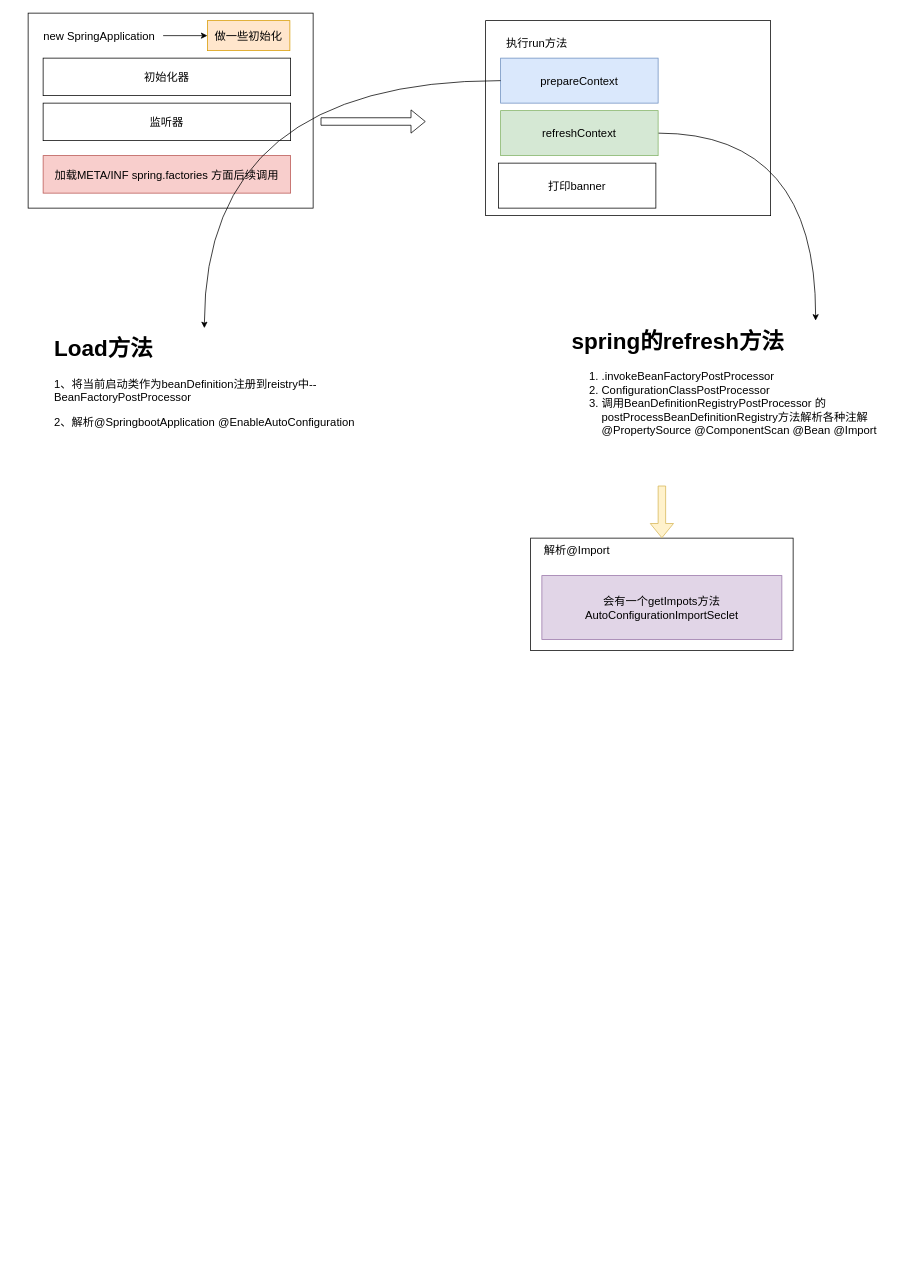
The draw.io diagram springboot.drawio in w1041660542/draw.io, before the edit. Source tidied: cells renumbered, new cells numbered last; positions are measured from the earlier drawing's top-left corner, leaving out a move shared by most shapes. Both pictures are drawn from the tidied source at 75%, with x=0, y=0 at pixel (28, 13).
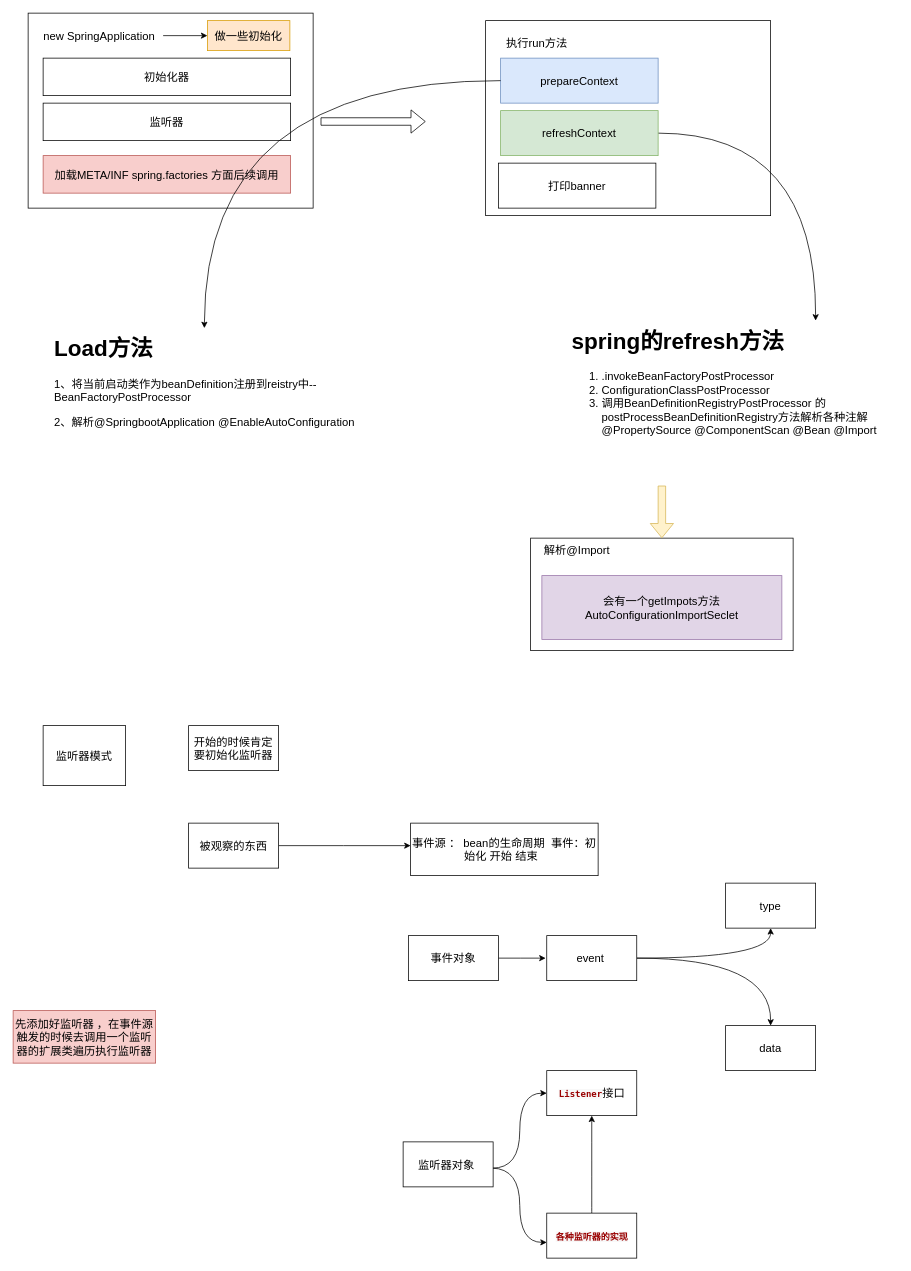
The same page after the edit.

Change to the diagram source:
```diff
@@
+    <mxCell id="23" value="监听器模式" style="rounded=0;whiteSpace=wrap;html=1;fontSize=15;" parent="1" vertex="1">
+      <mxGeometry x="20" y="950" width="110" height="80" as="geometry" />
+    </mxCell>
+    <mxCell id="24" style="edgeStyle=orthogonalEdgeStyle;curved=1;rounded=0;jettySize=auto;html=1;fontSize=15;" parent="1" edge="1" source="25">
+      <mxGeometry relative="1" as="geometry">
+        <mxPoint x="510" y="1110" as="targetPoint" />
+      </mxGeometry>
+    </mxCell>
+    <mxCell id="25" value="被观察的东西" style="rounded=0;whiteSpace=wrap;html=1;fontSize=15;" parent="1" vertex="1">
+      <mxGeometry x="214" y="1080" width="120" height="60" as="geometry" />
+    </mxCell>
+    <mxCell id="26" value="事件源 ： bean的生命周期&amp;nbsp; 事件：初始化 开始 结束&amp;nbsp;&amp;nbsp;" style="rounded=0;whiteSpace=wrap;html=1;fontSize=15;" parent="1" vertex="1">
+      <mxGeometry x="510" y="1080" width="250" height="70" as="geometry" />
+    </mxCell>
+    <mxCell id="27" style="edgeStyle=orthogonalEdgeStyle;curved=1;rounded=0;jettySize=auto;html=1;fontSize=15;" parent="1" edge="1" source="28">
+      <mxGeometry relative="1" as="geometry">
+        <mxPoint x="690" y="1260" as="targetPoint" />
+      </mxGeometry>
+    </mxCell>
+    <mxCell id="28" value="事件对象" style="rounded=0;whiteSpace=wrap;html=1;fontSize=15;" parent="1" vertex="1">
+      <mxGeometry x="507" y="1230" width="120" height="60" as="geometry" />
+    </mxCell>
+    <mxCell id="29" style="edgeStyle=orthogonalEdgeStyle;curved=1;rounded=0;jettySize=auto;html=1;fontSize=15;" parent="1" edge="1" source="31" target="33">
+      <mxGeometry relative="1" as="geometry" />
+    </mxCell>
+    <mxCell id="30" style="edgeStyle=orthogonalEdgeStyle;curved=1;rounded=0;jettySize=auto;html=1;fontSize=15;" parent="1" edge="1" source="31">
+      <mxGeometry relative="1" as="geometry">
+        <mxPoint x="990" y="1350" as="targetPoint" />
+      </mxGeometry>
+    </mxCell>
+    <mxCell id="31" value="event&amp;nbsp;" style="rounded=0;whiteSpace=wrap;html=1;fontSize=15;" parent="1" vertex="1">
+      <mxGeometry x="691.5" y="1230" width="120" height="60" as="geometry" />
+    </mxCell>
+    <mxCell id="32" value="开始的时候肯定要初始化监听器" style="rounded=0;whiteSpace=wrap;html=1;fontSize=15;" parent="1" vertex="1">
+      <mxGeometry x="214" y="950" width="120" height="60" as="geometry" />
+    </mxCell>
+    <mxCell id="33" value="type" style="whiteSpace=wrap;html=1;fontSize=15;rounded=0;" parent="1" vertex="1">
+      <mxGeometry x="930" y="1160" width="120" height="60" as="geometry" />
+    </mxCell>
+    <mxCell id="34" value="data" style="whiteSpace=wrap;html=1;fontSize=15;rounded=0;" parent="1" vertex="1">
+      <mxGeometry x="930" y="1350" width="120" height="60" as="geometry" />
+    </mxCell>
+    <mxCell id="35" style="edgeStyle=orthogonalEdgeStyle;curved=1;rounded=0;jettySize=auto;html=1;entryX=0;entryY=0.5;entryDx=0;entryDy=0;fontSize=15;" parent="1" edge="1" target="38">
+      <mxGeometry relative="1" as="geometry">
+        <mxPoint x="618.5" y="1540" as="sourcePoint" />
+      </mxGeometry>
+    </mxCell>
+    <mxCell id="36" style="edgeStyle=orthogonalEdgeStyle;curved=1;rounded=0;jettySize=auto;html=1;entryX=0;entryY=0.65;entryDx=0;entryDy=0;entryPerimeter=0;fontSize=15;" parent="1" edge="1" target="40">
+      <mxGeometry relative="1" as="geometry">
+        <mxPoint x="618.5" y="1540" as="sourcePoint" />
+      </mxGeometry>
+    </mxCell>
+    <mxCell id="37" value="监听器对象&amp;nbsp;" style="rounded=0;whiteSpace=wrap;html=1;fontSize=15;" parent="1" vertex="1">
+      <mxGeometry x="500" y="1505" width="120" height="60" as="geometry" />
+    </mxCell>
+    <mxCell id="38" value="&lt;span style=&quot;color: rgb(153, 0, 0); font-family: Menlo, Monaco, Consolas, &amp;quot;Courier New&amp;quot;, monospace; font-size: 12px; font-weight: 700; text-align: start; background-color: rgb(248, 248, 248);&quot;&gt;Listener&lt;/span&gt;接口" style="rounded=0;whiteSpace=wrap;html=1;fontSize=15;" parent="1" vertex="1">
+      <mxGeometry x="691.5" y="1410" width="120" height="60" as="geometry" />
+    </mxCell>
+    <mxCell id="39" style="edgeStyle=orthogonalEdgeStyle;curved=1;rounded=0;jettySize=auto;html=1;entryX=0.5;entryY=1;entryDx=0;entryDy=0;fontSize=15;" parent="1" edge="1" source="40" target="38">
+      <mxGeometry relative="1" as="geometry" />
+    </mxCell>
+    <mxCell id="40" value="&lt;div style=&quot;text-align: start;&quot;&gt;&lt;font face=&quot;Menlo, Monaco, Consolas, Courier New, monospace&quot; color=&quot;#990000&quot;&gt;&lt;span style=&quot;font-size: 12px; background-color: rgb(248, 248, 248);&quot;&gt;&lt;b&gt;各种监听器的实现&lt;/b&gt;&lt;/span&gt;&lt;/font&gt;&lt;/div&gt;" style="rounded=0;whiteSpace=wrap;html=1;fontSize=15;" parent="1" vertex="1">
+      <mxGeometry x="691.5" y="1600" width="120" height="60" as="geometry" />
+    </mxCell>
+    <mxCell id="41" value="先添加好监听器 ，在事件源触发的时候去调用一个监听器的扩展类遍历执行监听器" style="rounded=0;whiteSpace=wrap;html=1;fontSize=15;fillColor=#f8cecc;strokeColor=#b85450;" parent="1" vertex="1">
+      <mxGeometry x="-20" y="1330" width="190" height="70" as="geometry" />
+    </mxCell>
```
